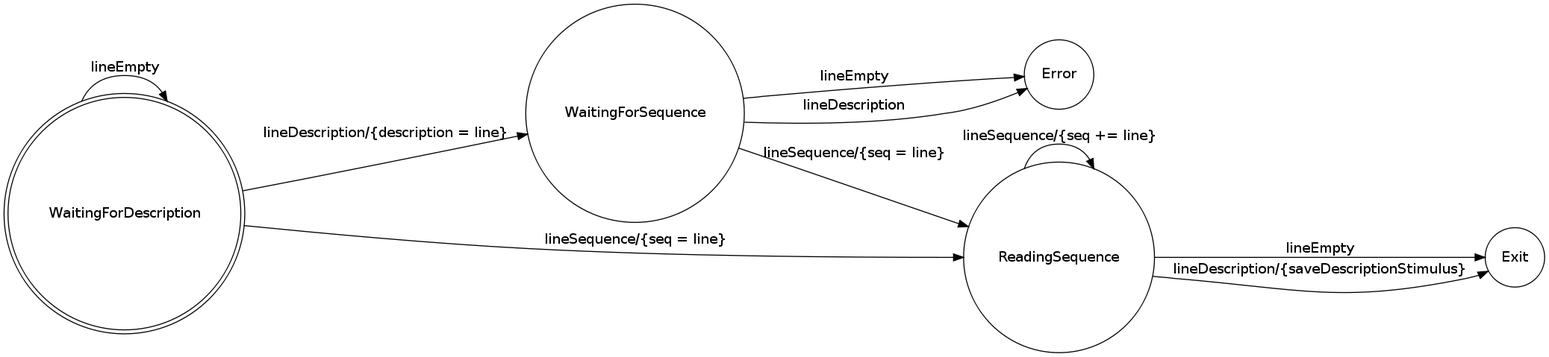
Earlier version of the Graphviz export doc/FSM.png (fmunoz92/biopp-filer). Its source is kept beside it as doc/fsm.gv.
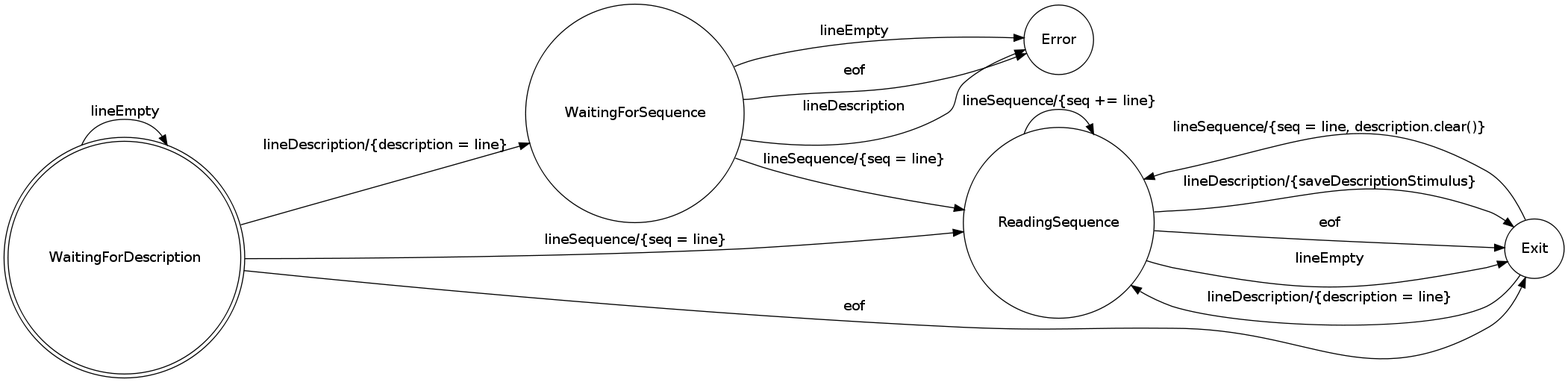
The same file after the commit.

Diff of the diagram source:
```diff
@@ -1,18 +1,24 @@
 digraph finite_state_machine {
-	rankdir=LR;
-	size="15"
-	node [shape = doublecircle]; WaitingForDescription;
-	node [shape = circle];
+    rankdir=LR;
+    size="15"
+    node [shape = doublecircle]; WaitingForDescription;
+    node [shape = circle];
 
     WaitingForDescription -> WaitingForDescription [ label = "lineEmpty" ];
-	WaitingForDescription -> WaitingForSequence [ label = "lineDescription/{description = line}" ];
-	WaitingForDescription -> ReadingSequence    [ label = "lineSequence/{seq = line}" ];
+    WaitingForDescription -> WaitingForSequence [ label = "lineDescription/{description = line}" ];
+    WaitingForDescription -> ReadingSequence    [ label = "lineSequence/{seq = line}" ];
+    WaitingForDescription -> Exit    [ label = "eof" ];
 
-	WaitingForSequence -> ReadingSequence    [ label = "lineSequence/{seq = line}" ];
-	WaitingForSequence -> Error              [ label = "lineDescription" ];
-	WaitingForSequence -> Error              [ label = "lineEmpty" ];
+    WaitingForSequence -> ReadingSequence    [ label = "lineSequence/{seq = line}" ];
+    WaitingForSequence -> Error              [ label = "lineDescription" ];
+    WaitingForSequence -> Error              [ label = "lineEmpty" ];
+    WaitingForSequence -> Error              [ label = "eof" ];
 
-	ReadingSequence    -> Exit               [ label = "lineEmpty" ];
-	ReadingSequence    -> ReadingSequence    [ label = "lineSequence/{seq += line}" ];
+    ReadingSequence    -> Exit               [ label = "lineEmpty" ];
+    ReadingSequence    -> ReadingSequence    [ label = "lineSequence/{seq += line}" ];
     ReadingSequence    -> Exit               [ label = "lineDescription/{saveDescriptionStimulus}" ];
+    ReadingSequence    -> Exit               [ label = "eof" ];
+
+    Exit               -> ReadingSequence    [ label = "lineDescription/{description = line}" ]
+    Exit               -> ReadingSequence    [ label = "lineSequence/{seq = line, description.clear()}" ]
 }
```
